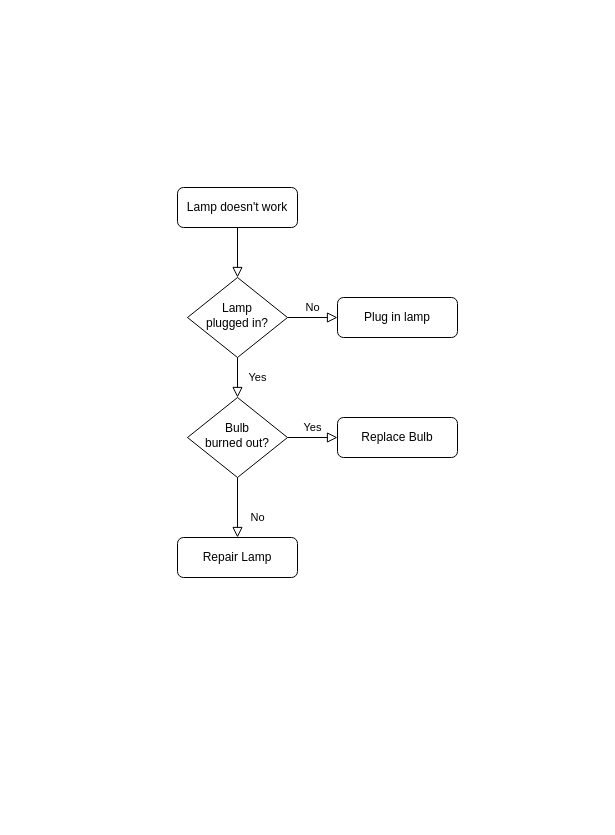
Earlier version of the draw.io diagram Untitled Diagram.drawio (Kilibrindor/elementary). Source tidied: cells renumbered, new cells numbered last; positions are measured from the earlier drawing's top-left corner, leaving out a move shared by most shapes. Both pictures are drawn from the tidied source at 100%, with x=0, y=0 at pixel (177, 187).
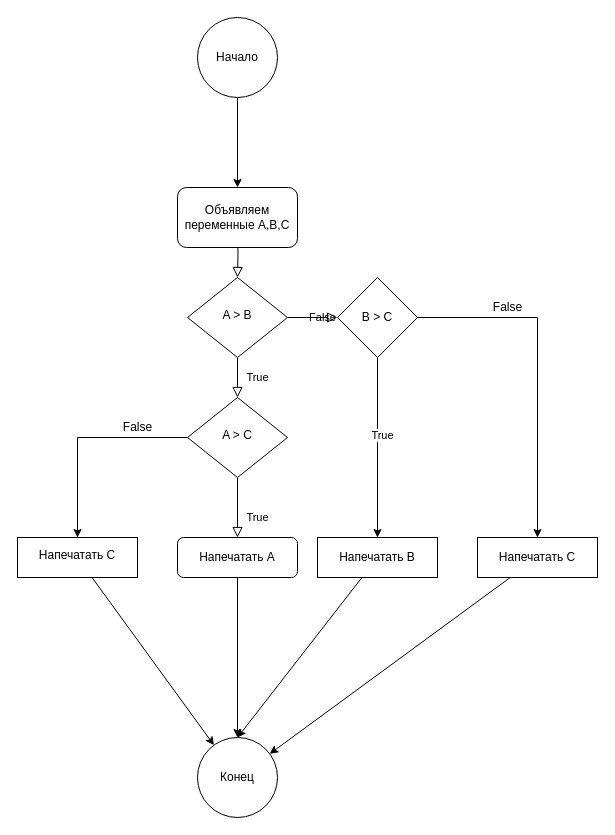
After the change.

Diff of the diagram source:
```diff
@@
-    <mxCell id="2" style="rounded=0;html=1;jettySize=auto;fontSize=11;endArrow=block;endFill=0;endSize=8;strokeWidth=1;shadow=0;labelBackgroundColor=none;edgeStyle=orthogonalEdgeStyle;" parent="1" edge="1" source="3" target="6">
-      <mxGeometry relative="1" as="geometry" />
+    <mxCell id="2" style="rounded=0;html=1;jettySize=auto;fontSize=11;endArrow=block;endFill=0;endSize=8;strokeWidth=1;shadow=0;labelBackgroundColor=none;edgeStyle=orthogonalEdgeStyle;" parent="1" edge="1" target="6">
+      <mxGeometry relative="1" as="geometry">
+        <mxPoint x="60" y="40" as="sourcePoint" />
+      </mxGeometry>
     </mxCell>
-    <mxCell id="3" value="Lamp doesn't work" style="rounded=1;whiteSpace=wrap;html=1;fontSize=12;glass=0;strokeWidth=1;shadow=0;" parent="1" vertex="1">
-      <mxGeometry width="120" height="40" as="geometry" />
-    </mxCell>
-    <mxCell id="4" value="Yes" style="rounded=0;html=1;jettySize=auto;fontSize=11;endArrow=block;endFill=0;endSize=8;strokeWidth=1;shadow=0;labelBackgroundColor=none;edgeStyle=orthogonalEdgeStyle;" parent="1" edge="1" source="6" target="10">
+    <mxCell id="4" value="True" style="rounded=0;html=1;jettySize=auto;fontSize=11;endArrow=block;endFill=0;endSize=8;strokeWidth=1;shadow=0;labelBackgroundColor=none;edgeStyle=orthogonalEdgeStyle;" parent="1" edge="1" source="6" target="10">
       <mxGeometry y="20" relative="1" as="geometry" />
     </mxCell>
-    <mxCell id="5" value="No" style="edgeStyle=orthogonalEdgeStyle;rounded=0;html=1;jettySize=auto;fontSize=11;endArrow=block;endFill=0;endSize=8;strokeWidth=1;shadow=0;labelBackgroundColor=none;" parent="1" edge="1" source="6" target="7">
-      <mxGeometry y="10" relative="1" as="geometry" />
+    <mxCell id="5" value="False" style="edgeStyle=orthogonalEdgeStyle;rounded=0;html=1;jettySize=auto;fontSize=11;endArrow=block;endFill=0;endSize=8;strokeWidth=1;shadow=0;labelBackgroundColor=none;" parent="1" edge="1" source="6">
+      <mxGeometry y="10" relative="1" as="geometry">
+        <mxPoint x="160" y="130" as="targetPoint" />
+      </mxGeometry>
     </mxCell>
-    <mxCell id="6" value="Lamp&lt;br&gt;plugged in?" style="rhombus;whiteSpace=wrap;html=1;shadow=0;fontFamily=Helvetica;fontSize=12;align=center;strokeWidth=1;spacing=6;spacingTop=-4;" parent="1" vertex="1">
+    <mxCell id="6" value="A &amp;gt; B" style="rhombus;whiteSpace=wrap;html=1;shadow=0;fontFamily=Helvetica;fontSize=12;align=center;strokeWidth=1;spacing=6;spacingTop=-4;" parent="1" vertex="1">
       <mxGeometry x="10" y="90" width="100" height="80" as="geometry" />
     </mxCell>
-    <mxCell id="7" value="Plug in lamp" style="rounded=1;whiteSpace=wrap;html=1;fontSize=12;glass=0;strokeWidth=1;shadow=0;" parent="1" vertex="1">
-      <mxGeometry x="160" y="110" width="120" height="40" as="geometry" />
-    </mxCell>
-    <mxCell id="8" value="No" style="rounded=0;html=1;jettySize=auto;fontSize=11;endArrow=block;endFill=0;endSize=8;strokeWidth=1;shadow=0;labelBackgroundColor=none;edgeStyle=orthogonalEdgeStyle;" parent="1" edge="1" source="10" target="11">
+    <mxCell id="8" value="True" style="rounded=0;html=1;jettySize=auto;fontSize=11;endArrow=block;endFill=0;endSize=8;strokeWidth=1;shadow=0;labelBackgroundColor=none;edgeStyle=orthogonalEdgeStyle;" parent="1" edge="1" source="10" target="11">
       <mxGeometry x="0.33" y="20" relative="1" as="geometry" />
     </mxCell>
-    <mxCell id="9" value="Yes" style="edgeStyle=orthogonalEdgeStyle;rounded=0;html=1;jettySize=auto;fontSize=11;endArrow=block;endFill=0;endSize=8;strokeWidth=1;shadow=0;labelBackgroundColor=none;" parent="1" edge="1" source="10" target="12">
-      <mxGeometry y="10" relative="1" as="geometry" />
-    </mxCell>
+    <mxCell id="13" style="edgeStyle=orthogonalEdgeStyle;rounded=0;jettySize=auto;html=1;" parent="1" edge="1" source="10" target="25">
+      <mxGeometry relative="1" as="geometry" />
+    </mxCell>
-    <mxCell id="10" value="Bulb&lt;br&gt;burned out?" style="rhombus;whiteSpace=wrap;html=1;shadow=0;fontFamily=Helvetica;fontSize=12;align=center;strokeWidth=1;spacing=6;spacingTop=-4;" parent="1" vertex="1">
+    <mxCell id="10" value="A &amp;gt; C" style="rhombus;whiteSpace=wrap;html=1;shadow=0;fontFamily=Helvetica;fontSize=12;align=center;strokeWidth=1;spacing=6;spacingTop=-4;" parent="1" vertex="1">
       <mxGeometry x="10" y="210" width="100" height="80" as="geometry" />
     </mxCell>
+    <mxCell id="14" style="edgeStyle=orthogonalEdgeStyle;rounded=0;jettySize=auto;html=1;" parent="1" edge="1" source="11" target="30">
+      <mxGeometry relative="1" as="geometry" />
+    </mxCell>
-    <mxCell id="11" value="Repair Lamp" style="rounded=1;whiteSpace=wrap;html=1;fontSize=12;glass=0;strokeWidth=1;shadow=0;" parent="1" vertex="1">
+    <mxCell id="11" value="Напечатать A" style="rounded=1;whiteSpace=wrap;html=1;fontSize=12;glass=0;strokeWidth=1;shadow=0;" parent="1" vertex="1">
       <mxGeometry y="350" width="120" height="40" as="geometry" />
     </mxCell>
-    <mxCell id="12" value="Replace Bulb" style="rounded=1;whiteSpace=wrap;html=1;fontSize=12;glass=0;strokeWidth=1;shadow=0;" parent="1" vertex="1">
-      <mxGeometry x="160" y="230" width="120" height="40" as="geometry" />
-    </mxCell>
+    <mxCell id="15" style="edgeStyle=orthogonalEdgeStyle;rounded=0;jettySize=auto;html=1;" parent="1" edge="1" source="16" target="17">
+      <mxGeometry relative="1" as="geometry" />
+    </mxCell>
+    <mxCell id="16" value="Начало" style="ellipse;whiteSpace=wrap;html=1;" parent="1" vertex="1">
+      <mxGeometry x="20" y="-170" width="80" height="80" as="geometry" />
+    </mxCell>
+    <mxCell id="17" value="Объявляем переменные A,B,C" style="rounded=1;whiteSpace=wrap;html=1;" parent="1" vertex="1">
+      <mxGeometry width="120" height="60" as="geometry" />
+    </mxCell>
+    <mxCell id="18" style="edgeStyle=orthogonalEdgeStyle;rounded=0;jettySize=auto;html=1;" parent="1" edge="1" source="21" target="23">
+      <mxGeometry relative="1" as="geometry" />
+    </mxCell>
+    <mxCell id="19" value="True" style="edgeLabel;html=1;align=center;verticalAlign=middle;" parent="18" vertex="1">
+      <mxGeometry x="-0.14" y="4" relative="1" as="geometry" />
+    </mxCell>
+    <mxCell id="20" style="edgeStyle=orthogonalEdgeStyle;rounded=0;jettySize=auto;html=1;" parent="1" edge="1" source="21" target="28">
+      <mxGeometry relative="1" as="geometry" />
+    </mxCell>
+    <mxCell id="21" value="B &amp;gt; C" style="rhombus;whiteSpace=wrap;html=1;" parent="1" vertex="1">
+      <mxGeometry x="160" y="90" width="80" height="80" as="geometry" />
+    </mxCell>
+    <mxCell id="22" style="edgeStyle=none;rounded=0;jettySize=auto;html=1;entryX=0.5;entryY=0;entryDx=0;entryDy=0;" parent="1" edge="1" source="23" target="30">
+      <mxGeometry relative="1" as="geometry" />
+    </mxCell>
+    <mxCell id="23" value="Напечатать B" style="whiteSpace=wrap;html=1;" parent="1" vertex="1">
+      <mxGeometry x="140" y="350" width="120" height="40" as="geometry" />
+    </mxCell>
+    <mxCell id="24" style="edgeStyle=none;rounded=0;jettySize=auto;html=1;" parent="1" edge="1" source="25" target="30">
+      <mxGeometry relative="1" as="geometry" />
+    </mxCell>
+    <mxCell id="25" value="Напечатать С" style="whiteSpace=wrap;html=1;shadow=0;strokeWidth=1;spacing=6;spacingTop=-4;" parent="1" vertex="1">
+      <mxGeometry x="-160" y="350" width="120" height="40" as="geometry" />
+    </mxCell>
+    <mxCell id="26" value="False" style="text;html=1;align=center;verticalAlign=middle;strokeColor=none;fillColor=none;" parent="1" vertex="1">
+      <mxGeometry x="-60" y="230" width="40" height="20" as="geometry" />
+    </mxCell>
+    <mxCell id="27" style="edgeStyle=none;rounded=0;jettySize=auto;html=1;" parent="1" edge="1" source="28" target="30">
+      <mxGeometry relative="1" as="geometry" />
+    </mxCell>
+    <mxCell id="28" value="Напечатать C" style="whiteSpace=wrap;html=1;" parent="1" vertex="1">
+      <mxGeometry x="300" y="350" width="120" height="40" as="geometry" />
+    </mxCell>
+    <mxCell id="29" value="False" style="text;html=1;align=center;verticalAlign=middle;strokeColor=none;fillColor=none;" parent="1" vertex="1">
+      <mxGeometry x="310" y="110" width="40" height="20" as="geometry" />
+    </mxCell>
+    <mxCell id="30" value="Конец" style="ellipse;whiteSpace=wrap;html=1;" parent="1" vertex="1">
+      <mxGeometry x="20" y="550" width="80" height="80" as="geometry" />
+    </mxCell>
```
